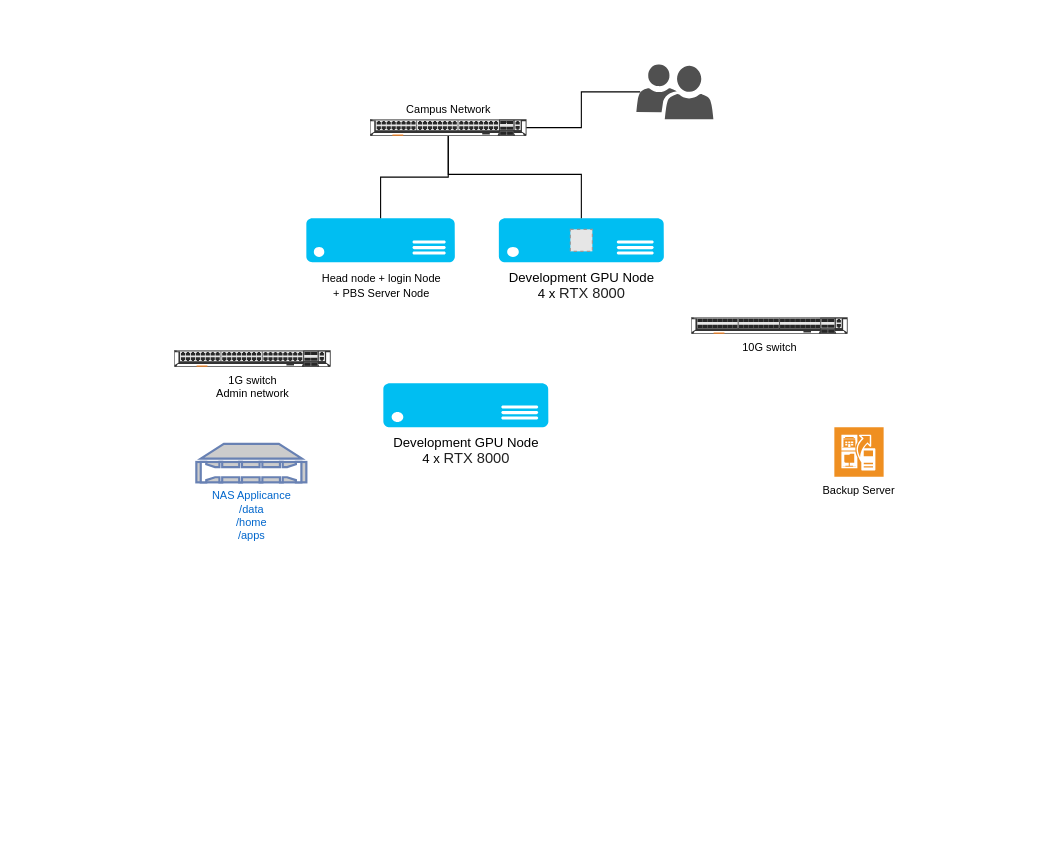
This is nus_dl_cluster.drawio from doddam-manjunath/diagram_io, a draw.io file, before an edit. Source tidied: cells renumbered, new cells numbered last; positions are measured from the earlier drawing's top-left corner, leaving out a move shared by most shapes. Both pictures are drawn from the tidied source at 110%, with x=0, y=0 at pixel (174, 64). Pictures stored in the file or linked from it are replaced by grey dashed boxes.
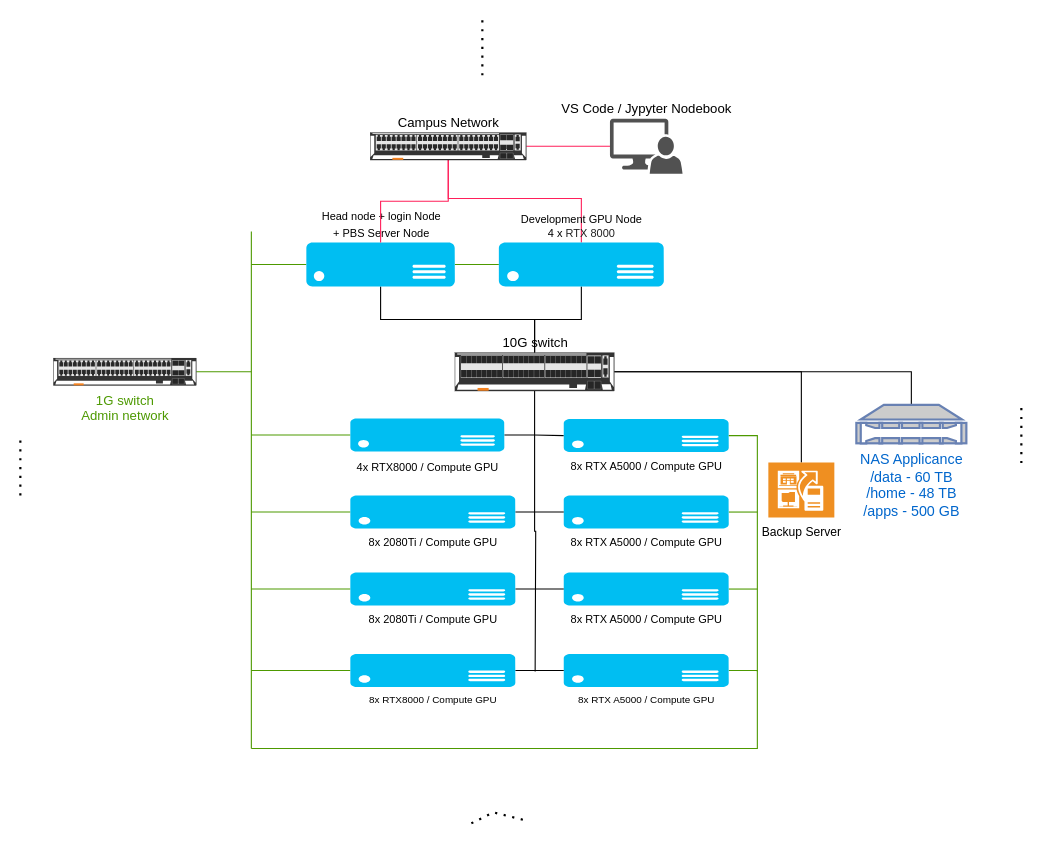
The same page after the edit.

The edit, as a diff of the source:
```diff
@@
+    <mxCell id="16" style="edgeStyle=orthogonalEdgeStyle;rounded=0;jettySize=auto;html=1;exitX=0.5;exitY=1;exitDx=0;exitDy=0;exitPerimeter=0;fontSize=11;endArrow=none;endFill=0;" parent="1" edge="1" source="2" target="3">
+      <mxGeometry relative="1" as="geometry" />
+    </mxCell>
+    <mxCell id="17" style="edgeStyle=orthogonalEdgeStyle;rounded=0;jettySize=auto;html=1;exitX=0;exitY=0.5;exitDx=0;exitDy=0;exitPerimeter=0;fontSize=10;fontColor=#1281FF;endArrow=none;endFill=0;strokeColor=#4D9900;" parent="1" edge="1" source="2">
+      <mxGeometry relative="1" as="geometry">
+        <mxPoint x="70" y="182" as="targetPoint" />
+      </mxGeometry>
+    </mxCell>
+    <mxCell id="18" style="edgeStyle=orthogonalEdgeStyle;rounded=0;jettySize=auto;html=1;exitX=1;exitY=0.5;exitDx=0;exitDy=0;exitPerimeter=0;entryX=0;entryY=0.5;entryDx=0;entryDy=0;entryPerimeter=0;fontSize=10;fontColor=#1281FF;endArrow=none;endFill=0;strokeColor=#4D9900;" parent="1" edge="1" source="2" target="6">
+      <mxGeometry relative="1" as="geometry" />
+    </mxCell>
-    <mxCell id="2" value="&lt;font style=&quot;font-size: 10px;&quot;&gt;Head node + login Node&lt;br&gt;+ PBS Server Node&lt;/font&gt;" style="verticalLabelPosition=bottom;html=1;verticalAlign=top;align=center;strokeColor=none;fillColor=#00BEF2;shape=mxgraph.azure.server;" parent="1" vertex="1">
-      <mxGeometry x="120" y="140" width="135" height="40" as="geometry" />
+    <mxCell id="2" value="&lt;font style=&quot;font-size: 10px;&quot;&gt;Head node + login Node&lt;br&gt;+ PBS Server Node&lt;/font&gt;" style="verticalLabelPosition=top;html=1;verticalAlign=bottom;align=center;strokeColor=none;fillColor=#00BEF2;shape=mxgraph.azure.server;labelPosition=center;" parent="1" vertex="1">
+      <mxGeometry x="120" y="162" width="135" height="40" as="geometry" />
     </mxCell>
+    <mxCell id="19" style="edgeStyle=orthogonalEdgeStyle;rounded=0;jettySize=auto;html=1;fontSize=10;endArrow=none;endFill=0;" parent="1" edge="1" source="3" target="14">
+      <mxGeometry relative="1" as="geometry" />
+    </mxCell>
+    <mxCell id="20" style="edgeStyle=orthogonalEdgeStyle;rounded=0;jettySize=auto;html=1;fontSize=10;endArrow=none;endFill=0;" parent="1" edge="1" source="3" target="15">
+      <mxGeometry relative="1" as="geometry" />
+    </mxCell>
+    <mxCell id="21" style="edgeStyle=orthogonalEdgeStyle;rounded=0;jettySize=auto;html=1;fontSize=10;endArrow=none;endFill=0;" parent="1" edge="1" source="3">
+      <mxGeometry relative="1" as="geometry">
+        <mxPoint x="328" y="552" as="targetPoint" />
+      </mxGeometry>
+    </mxCell>
-    <mxCell id="3" value="10G switch" style="html=1;verticalLabelPosition=bottom;verticalAlign=top;outlineConnect=0;shadow=0;dashed=0;shape=mxgraph.rack.hpe_aruba.switches.jl479a_aruba_8320_48p_10g_sfp_sfpplus_and_6p_40g_qsfpplus_5_fan_2_ps_switch_bundle;fontSize=10;" parent="1" vertex="1">
-      <mxGeometry x="470" y="230" width="142" height="15" as="geometry" />
+    <mxCell id="3" value="10G switch" style="html=1;verticalLabelPosition=top;verticalAlign=bottom;outlineConnect=0;shadow=0;dashed=0;shape=mxgraph.rack.hpe_aruba.switches.jl479a_aruba_8320_48p_10g_sfp_sfpplus_and_6p_40g_qsfpplus_5_fan_2_ps_switch_bundle;fontSize=12;labelPosition=center;align=center;" parent="1" vertex="1">
+      <mxGeometry x="255" y="262" width="145" height="35" as="geometry" />
     </mxCell>
+    <mxCell id="22" style="edgeStyle=orthogonalEdgeStyle;rounded=0;jettySize=auto;html=1;fontSize=10;fontColor=#1281FF;endArrow=none;endFill=0;strokeColor=#4D9900;" parent="1" edge="1" source="4">
+      <mxGeometry relative="1" as="geometry">
+        <mxPoint x="70" y="279.5" as="targetPoint" />
+      </mxGeometry>
+    </mxCell>
-    <mxCell id="4" value="&lt;div&gt;1G switch&lt;/div&gt;&lt;div&gt;Admin network&lt;/div&gt;" style="html=1;verticalLabelPosition=bottom;verticalAlign=top;outlineConnect=0;shadow=0;dashed=0;shape=mxgraph.rack.hpe_aruba.switches.jl581a_aruba_8320_48p_1g_10gbase_t_and_6p_40g_qsfpplus_5_fans_2_ps_switch_bundle;fontSize=10;" parent="1" vertex="1">
-      <mxGeometry y="260" width="142" height="15" as="geometry" />
+    <mxCell id="4" value="&lt;div style=&quot;font-size: 12px;&quot;&gt;1G switch&lt;/div&gt;&lt;div style=&quot;font-size: 12px;&quot;&gt;Admin network&lt;/div&gt;" style="html=1;verticalLabelPosition=bottom;verticalAlign=top;outlineConnect=0;shadow=0;dashed=0;shape=mxgraph.rack.hpe_aruba.switches.jl581a_aruba_8320_48p_1g_10gbase_t_and_6p_40g_qsfpplus_5_fans_2_ps_switch_bundle;fontSize=12;fontColor=#4D9900;" parent="1" vertex="1">
+      <mxGeometry x="-110" y="267" width="130" height="25" as="geometry" />
     </mxCell>
-    <mxCell id="5" style="group;" parent="1" vertex="1">
-      <mxGeometry x="295" y="140" width="150" height="40" as="geometry" />
-    </mxCell>
-    <mxCell id="6" value="&lt;div&gt;Development GPU Node&lt;/div&gt;4 x &lt;span style=&quot;caret-color: rgb(33, 33, 33); color: rgb(33, 33, 33); font-family: Arial, sans-serif; font-size: 13.3333px; font-style: normal; font-variant-caps: normal; font-weight: 400; letter-spacing: normal; text-align: start; text-indent: 0px; text-transform: none; word-spacing: 0px; -moz-text-size-adjust: auto; -webkit-text-stroke-width: 0px; text-decoration: none; display: inline !important; float: none;&quot;&gt;RTX 8000&lt;span class=&quot;Apple-converted-space&quot;&gt; &lt;br&gt;&lt;/span&gt;&lt;/span&gt;" style="verticalLabelPosition=bottom;html=1;verticalAlign=top;align=center;strokeColor=none;fillColor=#00BEF2;shape=mxgraph.azure.server;" parent="5" vertex="1">
-      <mxGeometry width="150" height="40" as="geometry" />
-    </mxCell>
-    <mxCell id="7" style="fillColor=#E6E6E6;strokeColor=#999999;dashed=1;verticalLabelPosition=bottom;labelBackgroundColor=#ffffff;verticalAlign=top;fontSize=10;" parent="5" vertex="1">
-      <mxGeometry x="65" y="10" width="20" height="20" as="geometry" />
-    </mxCell>
+    <mxCell id="23" style="edgeStyle=orthogonalEdgeStyle;rounded=0;jettySize=auto;html=1;fontSize=10;endArrow=none;endFill=0;" parent="1" edge="1" source="8" target="41">
+      <mxGeometry relative="1" as="geometry" />
+    </mxCell>
+    <mxCell id="24" style="edgeStyle=orthogonalEdgeStyle;rounded=0;jettySize=auto;html=1;fontSize=10;fontColor=#1281FF;endArrow=none;endFill=0;strokeColor=#4D9900;" parent="1" edge="1" source="8">
+      <mxGeometry relative="1" as="geometry">
+        <mxPoint x="70" y="337" as="targetPoint" />
+      </mxGeometry>
+    </mxCell>
-    <mxCell id="8" value="&lt;div&gt;Development GPU Node&lt;/div&gt;4 x &lt;span style=&quot;caret-color: rgb(33, 33, 33); color: rgb(33, 33, 33); font-family: Arial, sans-serif; font-size: 13.3333px; font-style: normal; font-variant-caps: normal; font-weight: 400; letter-spacing: normal; text-align: start; text-indent: 0px; text-transform: none; word-spacing: 0px; -moz-text-size-adjust: auto; -webkit-text-stroke-width: 0px; text-decoration: none; display: inline !important; float: none;&quot;&gt;RTX 8000&lt;span class=&quot;Apple-converted-space&quot;&gt; &lt;br&gt;&lt;/span&gt;&lt;/span&gt;" style="verticalLabelPosition=bottom;html=1;verticalAlign=top;align=center;strokeColor=none;fillColor=#00BEF2;shape=mxgraph.azure.server;" parent="1" vertex="1">
-      <mxGeometry x="190" y="290" width="150" height="40" as="geometry" />
+    <mxCell id="8" value="&lt;font style=&quot;font-size: 10px;&quot;&gt;4x RTX8000 / &lt;/font&gt;&lt;font style=&quot;font-size: 10px;&quot;&gt;Compute GPU&lt;br&gt;&lt;/font&gt;" style="verticalLabelPosition=bottom;html=1;verticalAlign=top;align=center;strokeColor=none;fillColor=#00BEF2;shape=mxgraph.azure.server;" parent="1" vertex="1">
+      <mxGeometry x="160" y="322" width="140" height="30" as="geometry" />
     </mxCell>
-    <mxCell id="9" style="rounded=0;jettySize=auto;html=1;entryX=0.5;entryY=0;entryDx=0;entryDy=0;entryPerimeter=0;fontSize=10;verticalAlign=bottom;horizontal=0;edgeStyle=orthogonalEdgeStyle;endArrow=none;endFill=0;" parent="1" edge="1" source="12" target="2">
+    <mxCell id="9" style="rounded=0;jettySize=auto;html=1;entryX=0.5;entryY=0;entryDx=0;entryDy=0;entryPerimeter=0;fontSize=10;verticalAlign=bottom;horizontal=0;edgeStyle=orthogonalEdgeStyle;endArrow=none;endFill=0;fontColor=#1281FF;strokeColor=#FF1F5A;" parent="1" edge="1" source="12" target="2">
       <mxGeometry relative="1" as="geometry" />
     </mxCell>
-    <mxCell id="10" style="rounded=0;jettySize=auto;html=1;fontSize=10;verticalAlign=bottom;horizontal=0;edgeStyle=orthogonalEdgeStyle;endArrow=none;endFill=0;" parent="1" edge="1" source="12">
+    <mxCell id="10" style="rounded=0;jettySize=auto;html=1;fontSize=10;verticalAlign=bottom;horizontal=0;edgeStyle=orthogonalEdgeStyle;endArrow=none;endFill=0;fontColor=#1281FF;strokeColor=#FF1F5A;" parent="1" edge="1" source="12">
       <mxGeometry relative="1" as="geometry">
-        <mxPoint x="370" y="140" as="targetPoint" />
+        <mxPoint x="370" y="162" as="targetPoint" />
         <Array as="points">
-          <mxPoint x="249" y="100" />
-          <mxPoint x="370" y="100" />
-          <mxPoint x="370" y="139" />
+          <mxPoint x="249" y="122" />
+          <mxPoint x="370" y="122" />
+          <mxPoint x="370" y="161" />
         </Array>
       </mxGeometry>
     </mxCell>
-    <mxCell id="11" style="edgeStyle=orthogonalEdgeStyle;rounded=0;jettySize=auto;html=1;fontSize=10;endArrow=none;endFill=0;entryX=0.05;entryY=0.5;entryDx=0;entryDy=0;entryPerimeter=0;" parent="1" edge="1" source="12" target="13">
-      <mxGeometry relative="1" as="geometry" />
+    <mxCell id="11" style="edgeStyle=orthogonalEdgeStyle;rounded=0;jettySize=auto;html=1;fontSize=10;endArrow=none;endFill=0;entryX=0.05;entryY=0.5;entryDx=0;entryDy=0;entryPerimeter=0;fontColor=#1281FF;strokeColor=#FF1F5A;" parent="1" edge="1" source="12">
+      <mxGeometry relative="1" as="geometry">
+        <mxPoint x="397.5" y="74.5" as="targetPoint" />
+      </mxGeometry>
     </mxCell>
-    <mxCell id="12" value="Campus Network" style="html=1;verticalLabelPosition=top;verticalAlign=bottom;outlineConnect=0;shadow=0;dashed=0;shape=mxgraph.rack.hpe_aruba.switches.jl581a_aruba_8320_48p_1g_10gbase_t_and_6p_40g_qsfpplus_5_fans_2_ps_switch_bundle;fontSize=10;labelPosition=center;align=center;" parent="1" vertex="1">
-      <mxGeometry x="178" y="50" width="142" height="15" as="geometry" />
+    <mxCell id="12" value="Campus Network" style="html=1;verticalLabelPosition=top;verticalAlign=bottom;outlineConnect=0;shadow=0;dashed=0;shape=mxgraph.rack.hpe_aruba.switches.jl581a_aruba_8320_48p_1g_10gbase_t_and_6p_40g_qsfpplus_5_fans_2_ps_switch_bundle;fontSize=12;labelPosition=center;align=center;" parent="1" vertex="1">
+      <mxGeometry x="178" y="62" width="142" height="25" as="geometry" />
     </mxCell>
-    <mxCell id="13" style="sketch=0;shadow=0;dashed=0;html=1;strokeColor=none;labelPosition=center;verticalLabelPosition=bottom;verticalAlign=top;align=center;fillColor=#505050;shape=mxgraph.mscae.intune.user_group;fontSize=10;" parent="1" vertex="1">
-      <mxGeometry x="420" width="70" height="50" as="geometry" />
-    </mxCell>
-    <mxCell id="14" value="&lt;div&gt;Backup Server&lt;/div&gt;" style="shadow=0;dashed=0;html=1;strokeColor=none;fillColor=#EF8F21;labelPosition=center;verticalLabelPosition=bottom;verticalAlign=top;align=center;outlineConnect=0;shape=mxgraph.veeam.nas_backup;fontSize=10;" parent="1" vertex="1">
-      <mxGeometry x="600" y="330" width="44.8" height="44.8" as="geometry" />
+    <mxCell id="14" value="&lt;div style=&quot;font-size: 11px;&quot;&gt;Backup Server&lt;/div&gt;" style="shadow=0;dashed=0;html=1;strokeColor=none;fillColor=#EF8F21;labelPosition=center;verticalLabelPosition=bottom;verticalAlign=top;align=center;outlineConnect=0;shape=mxgraph.veeam.nas_backup;fontSize=11;" parent="1" vertex="1">
+      <mxGeometry x="540" y="362" width="60" height="50" as="geometry" />
     </mxCell>
-    <mxCell id="15" value="NAS Applicance&lt;br&gt;&lt;div&gt;/data&lt;/div&gt;&lt;div&gt;/home&lt;/div&gt;&lt;div&gt;/apps&lt;br&gt;&lt;/div&gt;" style="fontColor=#0066CC;verticalAlign=top;verticalLabelPosition=bottom;labelPosition=center;align=center;html=1;outlineConnect=0;fillColor=#CCCCCC;strokeColor=#6881B3;gradientColor=none;gradientDirection=north;strokeWidth=2;shape=mxgraph.networks.nas_filer;fontSize=10;" parent="1" vertex="1">
-      <mxGeometry x="20" y="345" width="100" height="35" as="geometry" />
+    <mxCell id="15" value="NAS Applicance&lt;br style=&quot;font-size: 13px;&quot;&gt;&lt;div style=&quot;font-size: 13px;&quot;&gt;/data - 60 TB&lt;br style=&quot;font-size: 13px;&quot;&gt;&lt;/div&gt;&lt;div style=&quot;font-size: 13px;&quot;&gt;/home - 48 TB&lt;br style=&quot;font-size: 13px;&quot;&gt;&lt;/div&gt;&lt;div style=&quot;font-size: 13px;&quot;&gt;/apps - 500 GB&lt;br style=&quot;font-size: 13px;&quot;&gt;&lt;/div&gt;" style="fontColor=#0066CC;verticalAlign=top;verticalLabelPosition=bottom;labelPosition=center;align=center;html=1;outlineConnect=0;fillColor=#CCCCCC;strokeColor=#6881B3;gradientColor=none;gradientDirection=north;strokeWidth=2;shape=mxgraph.networks.nas_filer;fontSize=13;" parent="1" vertex="1">
+      <mxGeometry x="620" y="309.5" width="100" height="35" as="geometry" />
     </mxCell>
+    <mxCell id="25" style="edgeStyle=orthogonalEdgeStyle;rounded=0;jettySize=auto;html=1;exitX=1;exitY=0.5;exitDx=0;exitDy=0;exitPerimeter=0;fontSize=10;fontColor=#1281FF;endArrow=none;endFill=0;strokeColor=#4D9900;" parent="1" edge="1" source="26">
+      <mxGeometry relative="1" as="geometry">
+        <mxPoint x="530" y="406.8" as="targetPoint" />
+      </mxGeometry>
+    </mxCell>
+    <mxCell id="26" value="8x RTX A5000 / Compute GPU" style="verticalLabelPosition=bottom;html=1;verticalAlign=top;align=center;strokeColor=none;fillColor=#00BEF2;shape=mxgraph.azure.server;fontSize=10;" parent="1" vertex="1">
+      <mxGeometry x="354" y="392" width="150" height="30" as="geometry" />
+    </mxCell>
+    <mxCell id="27" style="edgeStyle=orthogonalEdgeStyle;rounded=0;jettySize=auto;html=1;exitX=1;exitY=0.5;exitDx=0;exitDy=0;exitPerimeter=0;fontSize=10;fontColor=#1281FF;endArrow=none;endFill=0;strokeColor=#4D9900;" parent="1" edge="1" source="28">
+      <mxGeometry relative="1" as="geometry">
+        <mxPoint x="530" y="476.8" as="targetPoint" />
+      </mxGeometry>
+    </mxCell>
+    <mxCell id="28" value="8x RTX A5000 / Compute GPU" style="verticalLabelPosition=bottom;html=1;verticalAlign=top;align=center;strokeColor=none;fillColor=#00BEF2;shape=mxgraph.azure.server;fontSize=10;" parent="1" vertex="1">
+      <mxGeometry x="354" y="462" width="150" height="30" as="geometry" />
+    </mxCell>
+    <mxCell id="29" style="edgeStyle=orthogonalEdgeStyle;rounded=0;jettySize=auto;html=1;exitX=1;exitY=0.5;exitDx=0;exitDy=0;exitPerimeter=0;fontSize=10;fontColor=#1281FF;endArrow=none;endFill=0;strokeColor=#4D9900;" parent="1" edge="1" source="30">
+      <mxGeometry relative="1" as="geometry">
+        <mxPoint x="530" y="552" as="targetPoint" />
+      </mxGeometry>
+    </mxCell>
+    <mxCell id="30" value="8x RTX A5000 / Compute GPU" style="verticalLabelPosition=bottom;html=1;verticalAlign=top;align=center;strokeColor=none;fillColor=#00BEF2;shape=mxgraph.azure.server;fontSize=9;" parent="1" vertex="1">
+      <mxGeometry x="354" y="536" width="150" height="30" as="geometry" />
+    </mxCell>
+    <mxCell id="31" style="edgeStyle=orthogonalEdgeStyle;rounded=0;jettySize=auto;html=1;fontSize=11;endArrow=none;endFill=0;" parent="1" edge="1" source="6" target="3">
+      <mxGeometry relative="1" as="geometry" />
+    </mxCell>
+    <mxCell id="6" value="&lt;div style=&quot;font-size: 10px;&quot;&gt;Development GPU Node&lt;/div&gt;4 x &lt;span style=&quot;caret-color: rgb(33, 33, 33); color: rgb(33, 33, 33); font-family: Arial, sans-serif; font-size: 10px; font-style: normal; font-variant-caps: normal; font-weight: 400; letter-spacing: normal; text-align: start; text-indent: 0px; text-transform: none; word-spacing: 0px; -moz-text-size-adjust: auto; -webkit-text-stroke-width: 0px; text-decoration: none; display: inline !important; float: none;&quot;&gt;RTX 8000&lt;span class=&quot;Apple-converted-space&quot; style=&quot;font-size: 10px;&quot;&gt; &lt;br style=&quot;font-size: 10px;&quot;&gt;&lt;/span&gt;&lt;/span&gt;" style="verticalLabelPosition=top;html=1;verticalAlign=bottom;align=center;strokeColor=none;fillColor=#00BEF2;shape=mxgraph.azure.server;labelPosition=center;fontSize=10;" parent="1" vertex="1">
+      <mxGeometry x="295" y="162" width="150" height="40" as="geometry" />
+    </mxCell>
+    <mxCell id="32" style="edgeStyle=orthogonalEdgeStyle;rounded=0;jettySize=auto;html=1;fontSize=10;endArrow=none;endFill=0;" parent="1" edge="1" source="34" target="26">
+      <mxGeometry relative="1" as="geometry" />
+    </mxCell>
+    <mxCell id="33" style="edgeStyle=orthogonalEdgeStyle;rounded=0;jettySize=auto;html=1;fontSize=10;fontColor=#1281FF;endArrow=none;endFill=0;strokeColor=#4D9900;" parent="1" edge="1" source="34">
+      <mxGeometry relative="1" as="geometry">
+        <mxPoint x="70" y="407" as="targetPoint" />
+      </mxGeometry>
+    </mxCell>
+    <mxCell id="34" value="8x 2080Ti / Compute GPU" style="verticalLabelPosition=bottom;html=1;verticalAlign=top;align=center;strokeColor=none;fillColor=#00BEF2;shape=mxgraph.azure.server;fontSize=10;" parent="1" vertex="1">
+      <mxGeometry x="160" y="392" width="150" height="30" as="geometry" />
+    </mxCell>
+    <mxCell id="35" style="edgeStyle=orthogonalEdgeStyle;rounded=0;jettySize=auto;html=1;fontSize=10;endArrow=none;endFill=0;" parent="1" edge="1" source="37" target="28">
+      <mxGeometry relative="1" as="geometry" />
+    </mxCell>
+    <mxCell id="36" style="edgeStyle=orthogonalEdgeStyle;rounded=0;jettySize=auto;html=1;fontSize=10;fontColor=#1281FF;endArrow=none;endFill=0;strokeColor=#4D9900;" parent="1" edge="1" source="37">
+      <mxGeometry relative="1" as="geometry">
+        <mxPoint x="70" y="477" as="targetPoint" />
+      </mxGeometry>
+    </mxCell>
+    <mxCell id="37" value="8x 2080Ti / Compute GPU" style="verticalLabelPosition=bottom;html=1;verticalAlign=top;align=center;strokeColor=none;fillColor=#00BEF2;shape=mxgraph.azure.server;fontSize=10;" parent="1" vertex="1">
+      <mxGeometry x="160" y="462" width="150" height="30" as="geometry" />
+    </mxCell>
+    <mxCell id="38" style="edgeStyle=orthogonalEdgeStyle;rounded=0;jettySize=auto;html=1;fontSize=10;endArrow=none;endFill=0;" parent="1" edge="1" source="40" target="30">
+      <mxGeometry relative="1" as="geometry" />
+    </mxCell>
+    <mxCell id="39" style="edgeStyle=orthogonalEdgeStyle;rounded=0;jettySize=auto;html=1;fontSize=10;fontColor=#1281FF;endArrow=none;endFill=0;strokeColor=#4D9900;" parent="1" edge="1" source="40">
+      <mxGeometry relative="1" as="geometry">
+        <mxPoint x="70" y="551" as="targetPoint" />
+      </mxGeometry>
+    </mxCell>
+    <mxCell id="40" value="8x RTX8000 / Compute GPU" style="verticalLabelPosition=bottom;html=1;verticalAlign=top;align=center;strokeColor=none;fillColor=#00BEF2;shape=mxgraph.azure.server;fontSize=9;" parent="1" vertex="1">
+      <mxGeometry x="160" y="536" width="150" height="30" as="geometry" />
+    </mxCell>
+    <mxCell id="41" value="8x RTX A5000 / Compute GPU" style="verticalLabelPosition=bottom;html=1;verticalAlign=top;align=center;strokeColor=none;fillColor=#00BEF2;shape=mxgraph.azure.server;fontSize=10;" parent="1" vertex="1">
+      <mxGeometry x="354" y="322.5" width="150" height="30" as="geometry" />
+    </mxCell>
+    <mxCell id="42" style="endArrow=none;html=1;rounded=0;fontSize=10;fontColor=#1281FF;strokeColor=#4D9900;" parent="1" edge="1">
+      <mxGeometry relative="1" as="geometry">
+        <mxPoint x="70" y="622" as="sourcePoint" />
+        <mxPoint x="70" y="152" as="targetPoint" />
+      </mxGeometry>
+    </mxCell>
+    <mxCell id="43" style="endArrow=none;html=1;rounded=0;fontSize=10;fontColor=#1281FF;strokeColor=#4D9900;entryX=1;entryY=0.5;entryDx=0;entryDy=0;entryPerimeter=0;edgeStyle=orthogonalEdgeStyle;" parent="1" edge="1" target="41">
+      <mxGeometry relative="1" as="geometry">
+        <mxPoint x="70" y="622" as="sourcePoint" />
+        <Array as="points">
+          <mxPoint x="70" y="622" />
+          <mxPoint x="530" y="622" />
+          <mxPoint x="530" y="338" />
+        </Array>
+      </mxGeometry>
+    </mxCell>
+    <mxCell id="44" value="VS Code / Jypyter Nodebook" style="sketch=0;shadow=0;dashed=0;html=1;strokeColor=none;labelPosition=center;verticalLabelPosition=top;verticalAlign=bottom;align=center;fillColor=#515151;shape=mxgraph.mscae.system_center.admin_console;fontSize=12;fontColor=#000000;" parent="1" vertex="1">
+      <mxGeometry x="396" y="49.5" width="66" height="50" as="geometry" />
+    </mxCell>
+    <mxCell id="45" style="endArrow=none;dashed=1;html=1;dashPattern=1 3;strokeWidth=2;rounded=0;fontSize=13;fontColor=#000000;" parent="1" edge="1">
+      <mxGeometry relative="1" as="geometry">
+        <mxPoint x="770" y="362.5" as="sourcePoint" />
+        <mxPoint x="770" y="312.5" as="targetPoint" />
+      </mxGeometry>
+    </mxCell>
+    <mxCell id="46" style="endArrow=none;dashed=1;html=1;dashPattern=1 3;strokeWidth=2;rounded=0;fontSize=13;fontColor=#000000;" parent="1" edge="1">
+      <mxGeometry relative="1" as="geometry">
+        <mxPoint x="-140" y="392" as="sourcePoint" />
+        <mxPoint x="-140" y="342" as="targetPoint" />
+      </mxGeometry>
+    </mxCell>
+    <mxCell id="47" style="endArrow=none;dashed=1;html=1;dashPattern=1 3;strokeWidth=2;rounded=0;fontSize=13;fontColor=#000000;" parent="1" edge="1">
+      <mxGeometry relative="1" as="geometry">
+        <mxPoint x="280" y="10" as="sourcePoint" />
+        <mxPoint x="280" y="-40" as="targetPoint" />
+      </mxGeometry>
+    </mxCell>
+    <mxCell id="48" style="endArrow=none;dashed=1;html=1;dashPattern=1 3;strokeWidth=2;rounded=0;fontSize=13;fontColor=#000000;" parent="1" edge="1">
+      <mxGeometry relative="1" as="geometry">
+        <mxPoint x="270" y="690" as="sourcePoint" />
+        <mxPoint x="320" y="687.5" as="targetPoint" />
+        <Array as="points">
+          <mxPoint x="290" y="680" />
+        </Array>
+      </mxGeometry>
+    </mxCell>
```
